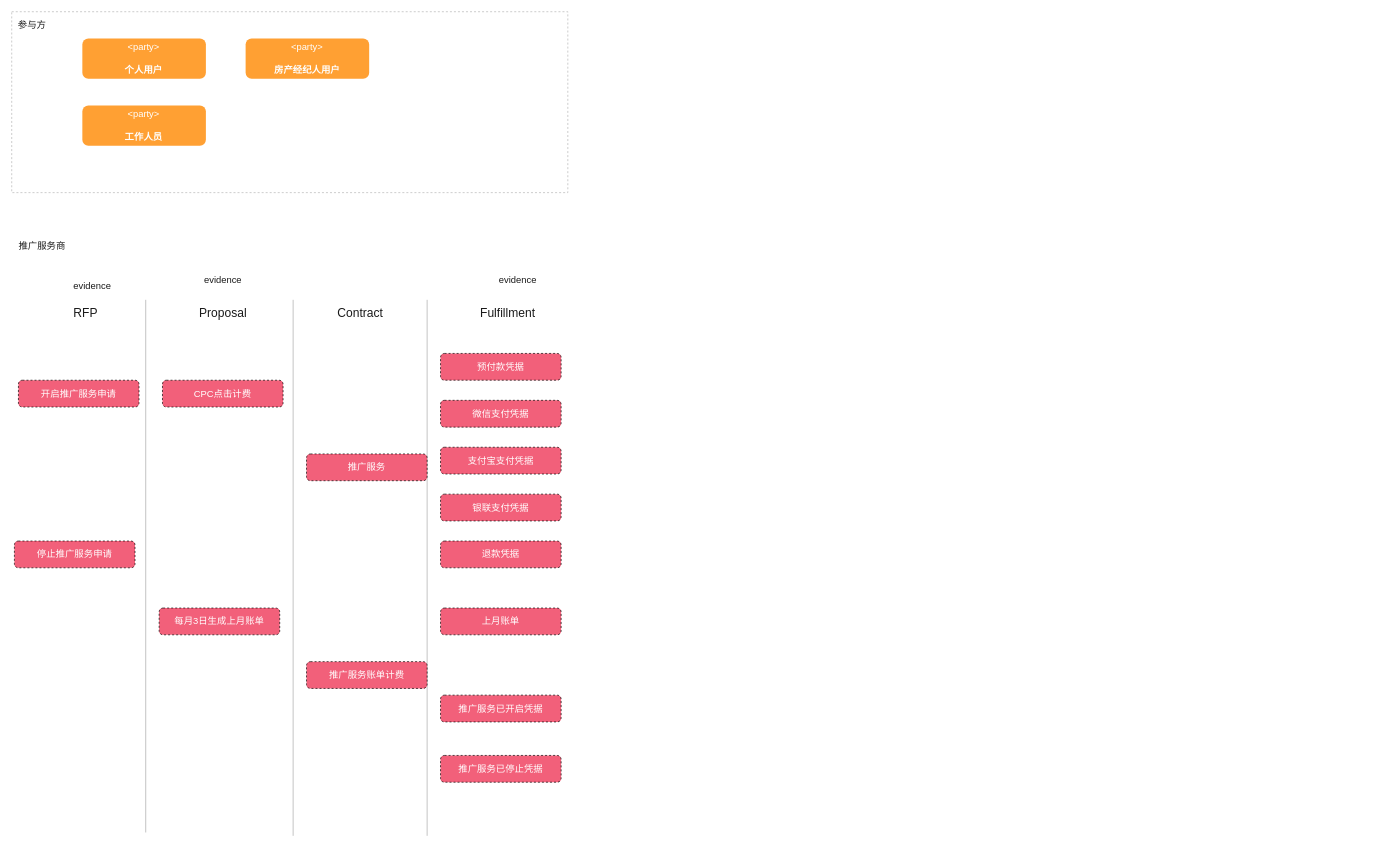
YaweiYa/drawio-garage keeps this draw.io diagram as 8x_flow.drawio. Above is the earlier version. Source tidied: cells renumbered, new cells numbered last; positions are measured from the earlier drawing's top-left corner, leaving out a move shared by most shapes. Both pictures are drawn from the tidied source at 67%, with x=0, y=0 at pixel (11, 11).
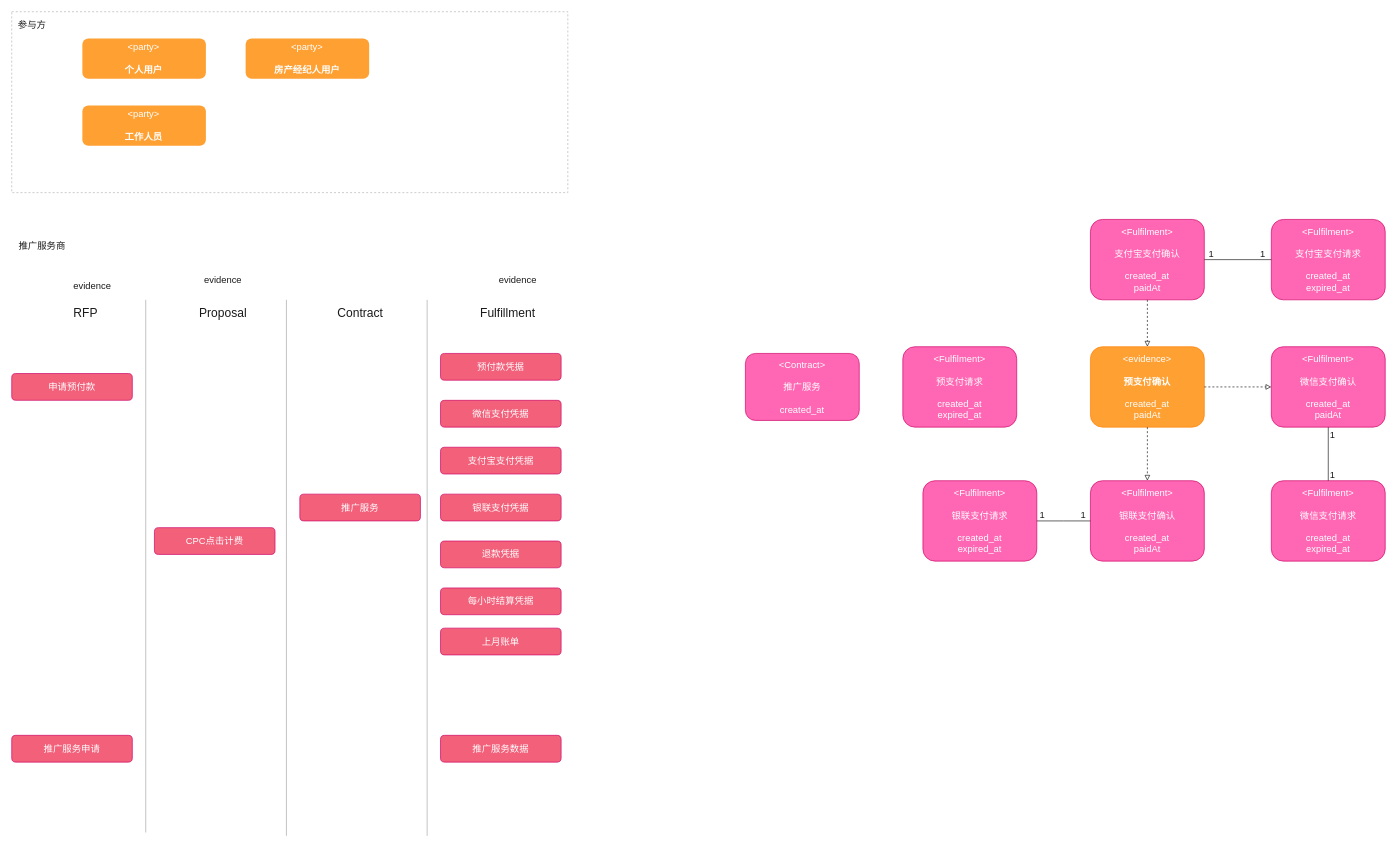
The same page after the edit.

Diff of the diagram source:
```diff
@@
     <mxCell id="8" style="endArrow=none;html=1;rounded=0;fontSize=18;strokeColor=#A6A6A6;" parent="1" edge="1">
       <mxGeometry relative="1" as="geometry">
-        <mxPoint x="420" y="1230" as="sourcePoint" />
-        <mxPoint x="420" y="430" as="targetPoint" />
+        <mxPoint x="410" y="1230" as="sourcePoint" />
+        <mxPoint x="410" y="430" as="targetPoint" />
       </mxGeometry>
     </mxCell>
@@
-    <mxCell id="19" value="&lt;font style=&quot;font-size: 14px&quot;&gt;开启推广服务申请&lt;/font&gt;" style="rounded=1;whiteSpace=wrap;html=1;fillColor=#F2607A;noLabel=0;comic=0;fontColor=#FFFFFF;strokeColor=default;dashed=1;labelBackgroundColor=none;fontSize=14;" parent="1" vertex="1">
-      <mxGeometry x="10" y="550" width="180" height="40" as="geometry" />
+    <mxCell id="19" value="&lt;font style=&quot;font-size: 14px&quot;&gt;申请预付款&lt;/font&gt;" style="rounded=1;whiteSpace=wrap;html=1;fillColor=#F2607A;noLabel=0;comic=0;fontColor=#FFFFFF;strokeColor=#CC0066;labelBackgroundColor=none;fontSize=14;" parent="1" vertex="1">
+      <mxGeometry y="540" width="180" height="40" as="geometry" />
     </mxCell>
-    <mxCell id="20" value="&lt;font style=&quot;font-size: 14px&quot;&gt;停止推广服务申请&lt;/font&gt;" style="rounded=1;whiteSpace=wrap;html=1;fillColor=#F2607A;noLabel=0;comic=0;fontColor=#FFFFFF;strokeColor=default;dashed=1;labelBackgroundColor=none;fontSize=14;" parent="1" vertex="1">
-      <mxGeometry x="4" y="790" width="180" height="40" as="geometry" />
-    </mxCell>
-    <mxCell id="21" value="&lt;font style=&quot;font-size: 14px&quot;&gt;预付款凭据&lt;/font&gt;" style="rounded=1;whiteSpace=wrap;html=1;fillColor=#F2607A;noLabel=0;comic=0;fontColor=#FFFFFF;strokeColor=default;dashed=1;labelBackgroundColor=none;fontSize=14;" parent="1" vertex="1">
+    <mxCell id="21" value="&lt;font style=&quot;font-size: 14px&quot;&gt;预付款凭据&lt;/font&gt;" style="rounded=1;whiteSpace=wrap;html=1;fillColor=#F2607A;noLabel=0;comic=0;fontColor=#FFFFFF;strokeColor=#CC0066;labelBackgroundColor=none;fontSize=14;" parent="1" vertex="1">
       <mxGeometry x="640" y="510" width="180" height="40" as="geometry" />
     </mxCell>
-    <mxCell id="22" value="&lt;font style=&quot;font-size: 14px&quot;&gt;微信支付凭据&lt;/font&gt;" style="rounded=1;whiteSpace=wrap;html=1;fillColor=#F2607A;noLabel=0;comic=0;fontColor=#FFFFFF;strokeColor=default;dashed=1;labelBackgroundColor=none;fontSize=14;" parent="1" vertex="1">
+    <mxCell id="22" value="&lt;font style=&quot;font-size: 14px&quot;&gt;微信支付凭据&lt;/font&gt;" style="rounded=1;whiteSpace=wrap;html=1;fillColor=#F2607A;noLabel=0;comic=0;fontColor=#FFFFFF;strokeColor=#CC0066;labelBackgroundColor=none;fontSize=14;" parent="1" vertex="1">
       <mxGeometry x="640" y="580" width="180" height="40" as="geometry" />
     </mxCell>
-    <mxCell id="23" value="&lt;font style=&quot;font-size: 14px&quot;&gt;支付宝支付凭据&lt;/font&gt;" style="rounded=1;whiteSpace=wrap;html=1;fillColor=#F2607A;noLabel=0;comic=0;fontColor=#FFFFFF;strokeColor=default;dashed=1;labelBackgroundColor=none;fontSize=14;" parent="1" vertex="1">
+    <mxCell id="23" value="&lt;font style=&quot;font-size: 14px&quot;&gt;支付宝支付凭据&lt;/font&gt;" style="rounded=1;whiteSpace=wrap;html=1;fillColor=#F2607A;noLabel=0;comic=0;fontColor=#FFFFFF;strokeColor=#CC0066;labelBackgroundColor=none;fontSize=14;" parent="1" vertex="1">
       <mxGeometry x="640" y="650" width="180" height="40" as="geometry" />
     </mxCell>
-    <mxCell id="24" value="&lt;font style=&quot;font-size: 14px&quot;&gt;银联支付凭据&lt;/font&gt;" style="rounded=1;whiteSpace=wrap;html=1;fillColor=#F2607A;noLabel=0;comic=0;fontColor=#FFFFFF;strokeColor=default;dashed=1;labelBackgroundColor=none;fontSize=14;" parent="1" vertex="1">
+    <mxCell id="24" value="&lt;font style=&quot;font-size: 14px&quot;&gt;银联支付凭据&lt;/font&gt;" style="rounded=1;whiteSpace=wrap;html=1;fillColor=#F2607A;noLabel=0;comic=0;fontColor=#FFFFFF;strokeColor=#CC0066;labelBackgroundColor=none;fontSize=14;" parent="1" vertex="1">
       <mxGeometry x="640" y="720" width="180" height="40" as="geometry" />
     </mxCell>
-    <mxCell id="25" value="&lt;font style=&quot;font-size: 14px&quot;&gt;退款凭据&lt;/font&gt;" style="rounded=1;whiteSpace=wrap;html=1;fillColor=#F2607A;noLabel=0;comic=0;fontColor=#FFFFFF;strokeColor=default;dashed=1;labelBackgroundColor=none;fontSize=14;" parent="1" vertex="1">
+    <mxCell id="25" value="&lt;font style=&quot;font-size: 14px&quot;&gt;退款凭据&lt;/font&gt;" style="rounded=1;whiteSpace=wrap;html=1;fillColor=#F2607A;noLabel=0;comic=0;fontColor=#FFFFFF;strokeColor=#CC0066;labelBackgroundColor=none;fontSize=14;" parent="1" vertex="1">
       <mxGeometry x="640" y="790" width="180" height="40" as="geometry" />
     </mxCell>
-    <mxCell id="26" value="&lt;font style=&quot;font-size: 14px&quot;&gt;推广服务已开启凭据&lt;/font&gt;" style="rounded=1;whiteSpace=wrap;html=1;fillColor=#F2607A;noLabel=0;comic=0;fontColor=#FFFFFF;strokeColor=default;dashed=1;labelBackgroundColor=none;fontSize=14;" parent="1" vertex="1">
-      <mxGeometry x="640" y="1020" width="180" height="40" as="geometry" />
-    </mxCell>
-    <mxCell id="27" value="&lt;font style=&quot;font-size: 14px&quot;&gt;推广服务已停止凭据&lt;/font&gt;" style="rounded=1;whiteSpace=wrap;html=1;fillColor=#F2607A;noLabel=0;comic=0;fontColor=#FFFFFF;strokeColor=default;dashed=1;labelBackgroundColor=none;fontSize=14;" parent="1" vertex="1">
-      <mxGeometry x="640" y="1110" width="180" height="40" as="geometry" />
-    </mxCell>
-    <mxCell id="28" value="上月账单" style="rounded=1;whiteSpace=wrap;html=1;fillColor=#F2607A;noLabel=0;comic=0;fontColor=#FFFFFF;strokeColor=default;dashed=1;labelBackgroundColor=none;fontSize=14;" parent="1" vertex="1">
-      <mxGeometry x="640" y="890" width="180" height="40" as="geometry" />
+    <mxCell id="28" value="上月账单" style="rounded=1;whiteSpace=wrap;html=1;fillColor=#F2607A;noLabel=0;comic=0;fontColor=#FFFFFF;strokeColor=#CC0066;labelBackgroundColor=none;fontSize=14;" parent="1" vertex="1">
+      <mxGeometry x="640" y="920" width="180" height="40" as="geometry" />
     </mxCell>
-    <mxCell id="29" value="&lt;font style=&quot;font-size: 14px&quot;&gt;每月3日生成上月账单&lt;/font&gt;" style="rounded=1;whiteSpace=wrap;html=1;fillColor=#F2607A;noLabel=0;comic=0;fontColor=#FFFFFF;strokeColor=default;dashed=1;labelBackgroundColor=none;fontSize=14;" parent="1" vertex="1">
-      <mxGeometry x="220" y="890" width="180" height="40" as="geometry" />
-    </mxCell>
-    <mxCell id="30" value="&lt;font style=&quot;font-size: 14px&quot;&gt;CPC点击计费&lt;/font&gt;" style="rounded=1;whiteSpace=wrap;html=1;fillColor=#F2607A;noLabel=0;comic=0;fontColor=#FFFFFF;strokeColor=default;dashed=1;labelBackgroundColor=none;fontSize=14;" parent="1" vertex="1">
-      <mxGeometry x="225" y="550" width="180" height="40" as="geometry" />
+    <mxCell id="30" value="&lt;font style=&quot;font-size: 14px&quot;&gt;CPC点击计费&lt;/font&gt;" style="rounded=1;whiteSpace=wrap;html=1;fillColor=#F2607A;noLabel=0;comic=0;fontColor=#FFFFFF;strokeColor=#CC0066;labelBackgroundColor=none;fontSize=14;" parent="1" vertex="1">
+      <mxGeometry x="213" y="770" width="180" height="40" as="geometry" />
     </mxCell>
+    <mxCell id="33" value="&lt;font style=&quot;font-size: 14px&quot;&gt;推广服务申请&lt;/font&gt;" style="rounded=1;whiteSpace=wrap;html=1;fillColor=#F2607A;noLabel=0;comic=0;fontColor=#FFFFFF;strokeColor=#CC0066;labelBackgroundColor=none;fontSize=14;" parent="1" vertex="1">
+      <mxGeometry y="1080" width="180" height="40" as="geometry" />
+    </mxCell>
-    <mxCell id="31" value="&lt;font style=&quot;font-size: 14px&quot;&gt;推广服务&lt;/font&gt;" style="rounded=1;whiteSpace=wrap;html=1;fillColor=#F2607A;noLabel=0;comic=0;fontColor=#FFFFFF;strokeColor=default;dashed=1;labelBackgroundColor=none;fontSize=14;" parent="1" vertex="1">
-      <mxGeometry x="440" y="660" width="180" height="40" as="geometry" />
+    <mxCell id="31" value="推广服务" style="rounded=1;whiteSpace=wrap;html=1;fillColor=#F2607A;noLabel=0;comic=0;fontColor=#FFFFFF;strokeColor=#CC0066;labelBackgroundColor=none;fontSize=14;" parent="1" vertex="1">
+      <mxGeometry x="430" y="720" width="180" height="40" as="geometry" />
     </mxCell>
-    <mxCell id="32" value="&lt;font style=&quot;font-size: 14px&quot;&gt;推广服务账单计费&lt;/font&gt;" style="rounded=1;whiteSpace=wrap;html=1;fillColor=#F2607A;noLabel=0;comic=0;fontColor=#FFFFFF;strokeColor=default;dashed=1;labelBackgroundColor=none;fontSize=14;" parent="1" vertex="1">
-      <mxGeometry x="440" y="970" width="180" height="40" as="geometry" />
-    </mxCell>
+    <mxCell id="34" value="每小时结算凭据" style="rounded=1;whiteSpace=wrap;html=1;fillColor=#F2607A;noLabel=0;comic=0;fontColor=#FFFFFF;strokeColor=#CC0066;labelBackgroundColor=none;fontSize=14;" parent="1" vertex="1">
+      <mxGeometry x="640" y="860" width="180" height="40" as="geometry" />
+    </mxCell>
+    <mxCell id="35" value="&lt;font style=&quot;font-size: 14px&quot;&gt;推广服务数据&lt;/font&gt;" style="rounded=1;whiteSpace=wrap;html=1;fillColor=#F2607A;noLabel=0;comic=0;fontColor=#FFFFFF;strokeColor=#CC0066;labelBackgroundColor=none;fontSize=14;" parent="1" vertex="1">
+      <mxGeometry x="640" y="1080" width="180" height="40" as="geometry" />
+    </mxCell>
+    <object id="36" label="&lt;font color=&quot;#ffffff&quot;&gt;&amp;lt;%type%&amp;gt;&lt;br&gt;&lt;br&gt;推广服务&lt;br&gt;&lt;br&gt;%createdAt%&lt;br&gt;&lt;/font&gt;" createdAt="created_at" placeholders="1" type="Contract">
+      <mxCell style="rounded=1;whiteSpace=wrap;html=1;fillColor=#FF66B3;noLabel=0;comic=0;labelBackgroundColor=none;fontSize=14;fontColor=#1A1A1A;strokeColor=#CC0066;" parent="1" vertex="1">
+        <mxGeometry x="1095" y="510" width="170" height="100" as="geometry" />
+      </mxCell>
+    </object>
+    <object id="37" label="&lt;font color=&quot;#ffffff&quot;&gt;&amp;lt;%type%&amp;gt;&lt;br&gt;&lt;br&gt;预支付请求&lt;br&gt;&lt;br&gt;%createdAt%&lt;br&gt;%expiredAt%&lt;br&gt;&lt;/font&gt;" createdAt="created_at" expiredAt="expired_at" placeholders="1" type="Fulfilment">
+      <mxCell style="rounded=1;whiteSpace=wrap;html=1;fillColor=#FF66B3;noLabel=0;comic=0;labelBackgroundColor=none;fontSize=14;fontColor=#1A1A1A;strokeColor=#CC0066;" parent="1" vertex="1">
+        <mxGeometry x="1330" y="500" width="170" height="120" as="geometry" />
+      </mxCell>
+    </object>
+    <object id="38" label="&lt;font color=&quot;#ffffff&quot;&gt;&amp;lt;%type%&amp;gt;&lt;br&gt;&lt;br&gt;&lt;b&gt;预支付确认&lt;br&gt;&lt;/b&gt;&lt;br&gt;%createdAt%&lt;br&gt;paidAt&lt;br&gt;&lt;/font&gt;" createdAt="created_at" placeholders="1" type="evidence">
+      <mxCell style="rounded=1;whiteSpace=wrap;html=1;noLabel=0;comic=0;fillColor=#FFA033;labelBackgroundColor=none;fontSize=14;fontColor=#1A1A1A;strokeColor=#FF8000;" parent="1" vertex="1">
+        <mxGeometry x="1610" y="500" width="170" height="120" as="geometry" />
+      </mxCell>
+    </object>
+    <object id="39" label="&lt;font color=&quot;#ffffff&quot;&gt;&amp;lt;%type%&amp;gt;&lt;br&gt;&lt;br&gt;微信支付确认&lt;br&gt;&lt;br&gt;%createdAt%&lt;br&gt;paidAt&lt;br&gt;&lt;/font&gt;" createdAt="created_at" placeholders="1" type="Fulfilment">
+      <mxCell style="rounded=1;whiteSpace=wrap;html=1;fillColor=#FF66B3;noLabel=0;comic=0;labelBackgroundColor=none;fontSize=14;fontColor=#1A1A1A;strokeColor=#CC0066;" parent="1" vertex="1">
+        <mxGeometry x="1880" y="500" width="170" height="120" as="geometry" />
+      </mxCell>
+    </object>
+    <object id="40" label="&lt;font color=&quot;#ffffff&quot;&gt;&amp;lt;%type%&amp;gt;&lt;br&gt;&lt;br&gt;微信支付请求&lt;br&gt;&lt;br&gt;%createdAt%&lt;br&gt;%expiredAt%&lt;br&gt;&lt;/font&gt;" createdAt="created_at" expiredAt="expired_at" placeholders="1" type="Fulfilment">
+      <mxCell style="rounded=1;whiteSpace=wrap;html=1;fillColor=#FF66B3;noLabel=0;comic=0;labelBackgroundColor=none;fontSize=14;fontColor=#1A1A1A;strokeColor=#CC0066;" parent="1" vertex="1">
+        <mxGeometry x="1880" y="700" width="170" height="120" as="geometry" />
+      </mxCell>
+    </object>
+    <object id="41" label="&lt;font color=&quot;#ffffff&quot;&gt;&amp;lt;%type%&amp;gt;&lt;br&gt;&lt;br&gt;支付宝支付确认&lt;br&gt;&lt;br&gt;%createdAt%&lt;br&gt;paidAt&lt;br&gt;&lt;/font&gt;" createdAt="created_at" placeholders="1" type="Fulfilment">
+      <mxCell style="rounded=1;whiteSpace=wrap;html=1;fillColor=#FF66B3;noLabel=0;comic=0;labelBackgroundColor=none;fontSize=14;fontColor=#1A1A1A;strokeColor=#CC0066;" parent="1" vertex="1">
+        <mxGeometry x="1610" y="310" width="170" height="120" as="geometry" />
+      </mxCell>
+    </object>
+    <object id="42" label="&lt;font color=&quot;#ffffff&quot;&gt;&amp;lt;%type%&amp;gt;&lt;br&gt;&lt;br&gt;支付宝支付请求&lt;br&gt;&lt;br&gt;%createdAt%&lt;br&gt;%expiredAt%&lt;br&gt;&lt;/font&gt;" createdAt="created_at" expiredAt="expired_at" placeholders="1" type="Fulfilment">
+      <mxCell style="rounded=1;whiteSpace=wrap;html=1;fillColor=#FF66B3;noLabel=0;comic=0;labelBackgroundColor=none;fontSize=14;fontColor=#1A1A1A;strokeColor=#CC0066;" parent="1" vertex="1">
+        <mxGeometry x="1880" y="310" width="170" height="120" as="geometry" />
+      </mxCell>
+    </object>
+    <object id="43" label="&lt;font color=&quot;#ffffff&quot;&gt;&amp;lt;%type%&amp;gt;&lt;br&gt;&lt;br&gt;银联支付确认&lt;br&gt;&lt;br&gt;%createdAt%&lt;br&gt;paidAt&lt;br&gt;&lt;/font&gt;" createdAt="created_at" placeholders="1" type="Fulfilment">
+      <mxCell style="rounded=1;whiteSpace=wrap;html=1;fillColor=#FF66B3;noLabel=0;comic=0;labelBackgroundColor=none;fontSize=14;fontColor=#1A1A1A;strokeColor=#CC0066;" parent="1" vertex="1">
+        <mxGeometry x="1610" y="700" width="170" height="120" as="geometry" />
+      </mxCell>
+    </object>
+    <object id="44" label="&lt;font color=&quot;#ffffff&quot;&gt;&amp;lt;%type%&amp;gt;&lt;br&gt;&lt;br&gt;银联支付请求&lt;br&gt;&lt;br&gt;%createdAt%&lt;br&gt;%expiredAt%&lt;br&gt;&lt;/font&gt;" createdAt="created_at" expiredAt="expired_at" placeholders="1" type="Fulfilment">
+      <mxCell style="rounded=1;whiteSpace=wrap;html=1;fillColor=#FF66B3;noLabel=0;comic=0;labelBackgroundColor=none;fontSize=14;fontColor=#1A1A1A;strokeColor=#CC0066;" parent="1" vertex="1">
+        <mxGeometry x="1360" y="700" width="170" height="120" as="geometry" />
+      </mxCell>
+    </object>
+    <mxCell id="45" style="edgeStyle=orthogonalEdgeStyle;rounded=0;jettySize=auto;html=1;exitX=0.5;exitY=1;exitDx=0;exitDy=0;entryX=0.5;entryY=0;entryDx=0;entryDy=0;endArrow=none;endFill=0;fontSize=14;fontColor=#1A1A1A;strokeColor=#1A1A1A;" parent="1" edge="1" source="39" target="40">
+      <mxGeometry relative="1" as="geometry" />
+    </mxCell>
+    <mxCell id="46" value="1" style="edgeLabel;html=1;align=center;verticalAlign=middle;labelBackgroundColor=none;fontSize=14;fontColor=#1A1A1A;strokeColor=#FF8000;fillColor=none;gradientColor=none;" parent="45" vertex="1">
+      <mxGeometry x="-0.82" relative="1" as="geometry">
+        <mxPoint x="5" y="3" as="offset" />
+      </mxGeometry>
+    </mxCell>
+    <mxCell id="47" value="1" style="edgeLabel;html=1;align=center;verticalAlign=middle;labelBackgroundColor=none;fontSize=14;fontColor=#1A1A1A;strokeColor=#FF8000;fillColor=none;gradientColor=none;" parent="45" vertex="1">
+      <mxGeometry x="0.72" y="-1" relative="1" as="geometry">
+        <mxPoint x="6" y="1" as="offset" />
+      </mxGeometry>
+    </mxCell>
+    <mxCell id="48" style="edgeStyle=orthogonalEdgeStyle;rounded=0;jettySize=auto;html=1;exitX=1;exitY=0.5;exitDx=0;exitDy=0;endArrow=none;endFill=0;fontSize=14;fontColor=#1A1A1A;strokeColor=#1A1A1A;" parent="1" edge="1" source="44">
+      <mxGeometry relative="1" as="geometry">
+        <mxPoint x="1610" y="760" as="targetPoint" />
+      </mxGeometry>
+    </mxCell>
+    <mxCell id="49" value="1" style="edgeLabel;html=1;align=center;verticalAlign=middle;labelBackgroundColor=none;fontSize=14;fontColor=#1A1A1A;strokeColor=#FF8000;fillColor=none;gradientColor=none;" parent="48" vertex="1">
+      <mxGeometry x="-0.82" relative="1" as="geometry">
+        <mxPoint y="-10" as="offset" />
+      </mxGeometry>
+    </mxCell>
+    <mxCell id="50" value="1" style="edgeLabel;html=1;align=center;verticalAlign=middle;labelBackgroundColor=none;fontSize=14;fontColor=#1A1A1A;strokeColor=#FF8000;fillColor=none;gradientColor=none;" parent="48" vertex="1">
+      <mxGeometry x="0.72" y="-1" relative="1" as="geometry">
+        <mxPoint y="-11" as="offset" />
+      </mxGeometry>
+    </mxCell>
+    <mxCell id="51" style="edgeStyle=orthogonalEdgeStyle;rounded=0;jettySize=auto;html=1;endArrow=none;endFill=0;fontSize=14;fontColor=#1A1A1A;strokeColor=#1A1A1A;entryX=0;entryY=0.5;entryDx=0;entryDy=0;exitX=1;exitY=0.5;exitDx=0;exitDy=0;" parent="1" edge="1" source="41" target="42">
+      <mxGeometry relative="1" as="geometry" />
+    </mxCell>
+    <mxCell id="52" value="1" style="edgeLabel;html=1;align=center;verticalAlign=middle;labelBackgroundColor=none;fontSize=14;fontColor=#1A1A1A;strokeColor=#FF8000;fillColor=none;gradientColor=none;" parent="51" vertex="1">
+      <mxGeometry x="-0.82" relative="1" as="geometry">
+        <mxPoint y="-10" as="offset" />
+      </mxGeometry>
+    </mxCell>
+    <mxCell id="53" value="1" style="edgeLabel;html=1;align=center;verticalAlign=middle;labelBackgroundColor=none;fontSize=14;fontColor=#1A1A1A;strokeColor=#FF8000;fillColor=none;gradientColor=none;" parent="51" vertex="1">
+      <mxGeometry x="0.72" y="-1" relative="1" as="geometry">
+        <mxPoint y="-11" as="offset" />
+      </mxGeometry>
+    </mxCell>
+    <mxCell id="54" style="edgeStyle=none;rounded=0;jettySize=auto;html=1;exitX=0.5;exitY=1;exitDx=0;exitDy=0;endArrow=block;endFill=0;dashed=1;fontSize=14;fontColor=#1A1A1A;strokeColor=#1A1A1A;entryX=0.5;entryY=0;entryDx=0;entryDy=0;" parent="1" edge="1" source="41" target="38">
+      <mxGeometry relative="1" as="geometry" />
+    </mxCell>
+    <mxCell id="55" style="edgeStyle=none;rounded=0;jettySize=auto;html=1;exitX=1;exitY=0.5;exitDx=0;exitDy=0;endArrow=block;endFill=0;dashed=1;fontSize=14;fontColor=#1A1A1A;strokeColor=#1A1A1A;entryX=0;entryY=0.5;entryDx=0;entryDy=0;" parent="1" edge="1" source="38" target="39">
+      <mxGeometry relative="1" as="geometry" />
+    </mxCell>
+    <mxCell id="56" style="edgeStyle=none;rounded=0;jettySize=auto;html=1;exitX=0.5;exitY=1;exitDx=0;exitDy=0;endArrow=block;endFill=0;dashed=1;fontSize=14;fontColor=#1A1A1A;strokeColor=#1A1A1A;entryX=0.5;entryY=0;entryDx=0;entryDy=0;" parent="1" edge="1" source="38" target="43">
+      <mxGeometry relative="1" as="geometry" />
+    </mxCell>
```
